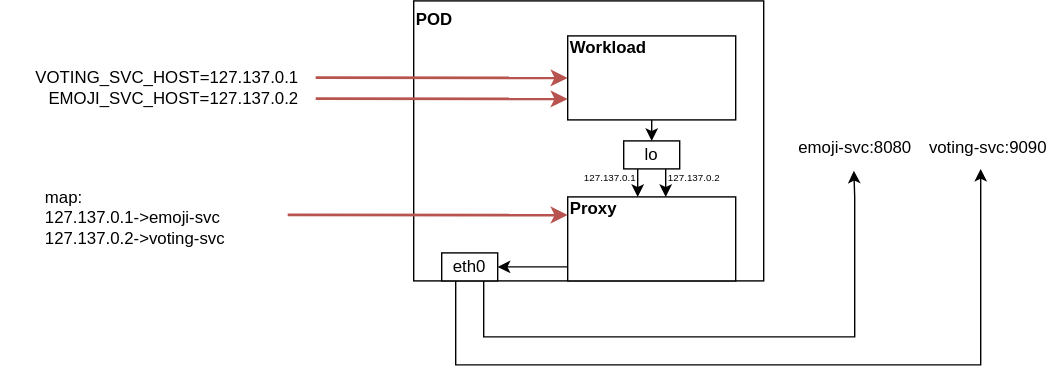
Above: rfc/assets/001-egress.svg in edgelesssys/contrast (draw.io), before the change. Source tidied: cells renumbered, new cells last; positions are measured from the earlier drawing's top-left corner, leaving out a move shared by most shapes.
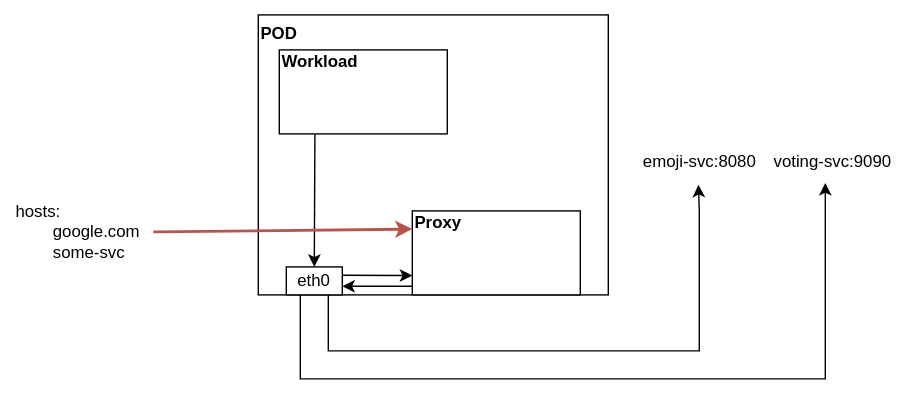
After the commit.

Commit message:
rfc: route service mesh egress over l7

Change to the diagram source:
```diff
@@ -6,7 +6,7 @@
       <mxGeometry x="295" width="250" height="200" as="geometry" />
     </mxCell>
     <mxCell id="3" value="&lt;b&gt;&amp;nbsp;Workload&lt;/b&gt;&lt;div align=&quot;left&quot;&gt;&lt;b&gt;&lt;br&gt;&lt;/b&gt;&lt;/div&gt;&lt;div align=&quot;left&quot;&gt;&lt;b&gt;&lt;br&gt;&lt;/b&gt;&lt;/div&gt;&lt;div align=&quot;left&quot;&gt;&lt;b&gt;&lt;br&gt;&lt;/b&gt;&lt;/div&gt;" style="rounded=0;whiteSpace=wrap;html=1;align=left;" parent="1" vertex="1">
-      <mxGeometry x="405" y="25" width="120" height="60" as="geometry" />
+      <mxGeometry x="310" y="25" width="120" height="60" as="geometry" />
     </mxCell>
     <mxCell id="4" value="emoji-svc:8080" style="text;html=1;align=center;verticalAlign=middle;points=[];strokeColor=none;fillColor=none;" parent="1" vertex="1">
       <mxGeometry x="560" y="90" width="100" height="30" as="geometry" />
@@ -28,15 +28,6 @@
     <mxCell id="7" value="eth0" style="rounded=0;whiteSpace=wrap;html=1;" parent="1" vertex="1">
       <mxGeometry x="315" y="180" width="40" height="20" as="geometry" />
     </mxCell>
-    <mxCell id="8" value="EMOJI_SVC_HOST=127.137.0.2" style="text;html=1;strokeColor=none;fillColor=none;align=right;verticalAlign=middle;whiteSpace=wrap;rounded=0;" parent="1" vertex="1">
-      <mxGeometry x="155" y="55" width="60" height="30" as="geometry" />
-    </mxCell>
-    <mxCell id="9" style="endArrow=classic;html=1;rounded=0;fillColor=#f8cecc;strokeColor=#b85450;strokeWidth=2;" parent="1" edge="1">
-      <mxGeometry relative="1" as="geometry">
-        <mxPoint x="225" y="69.8" as="sourcePoint" />
-        <mxPoint x="405" y="70" as="targetPoint" />
-      </mxGeometry>
-    </mxCell>
     <mxCell id="10" style="endArrow=classic;html=1;rounded=0;edgeStyle=orthogonalEdgeStyle;exitX=0.25;exitY=1;exitDx=0;exitDy=0;" parent="1" edge="1" source="7">
       <mxGeometry relative="1" as="geometry">
         <mxPoint x="700" y="120" as="targetPoint" />
@@ -50,52 +41,28 @@
     <mxCell id="11" value="voting-svc:9090" style="text;html=1;align=center;verticalAlign=middle;strokeColor=none;fillColor=none;" parent="1" vertex="1">
       <mxGeometry x="650" y="90" width="110" height="30" as="geometry" />
     </mxCell>
-    <mxCell id="12" value="&lt;div&gt;&amp;nbsp;&amp;nbsp;&amp;nbsp;&amp;nbsp; VOTING_SVC_HOST=127.137.0.1&lt;/div&gt;" style="text;html=1;strokeColor=none;fillColor=none;align=right;verticalAlign=middle;whiteSpace=wrap;rounded=0;" parent="1" vertex="1">
-      <mxGeometry y="40" width="215" height="30" as="geometry" />
-    </mxCell>
-    <mxCell id="13" style="endArrow=classic;html=1;rounded=0;fillColor=#f8cecc;strokeColor=#b85450;strokeWidth=2;" parent="1" edge="1">
-      <mxGeometry relative="1" as="geometry">
-        <mxPoint x="225" y="54.8" as="sourcePoint" />
-        <mxPoint x="405" y="55" as="targetPoint" />
-      </mxGeometry>
-    </mxCell>
-    <mxCell id="14" value="lo" style="rounded=0;whiteSpace=wrap;html=1;" parent="1" vertex="1">
-      <mxGeometry x="445" y="100" width="40" height="20" as="geometry" />
-    </mxCell>
-    <mxCell id="15" style="endArrow=classic;html=1;rounded=0;exitX=0.5;exitY=1;exitDx=0;exitDy=0;entryX=0.5;entryY=0;entryDx=0;entryDy=0;" parent="1" edge="1" source="3" target="14">
+    <mxCell id="15" style="endArrow=classic;html=1;rounded=0;entryX=0.5;entryY=0;entryDx=0;entryDy=0;exitX=0.212;exitY=1.007;exitDx=0;exitDy=0;exitPerimeter=0;" parent="1" edge="1" source="3" target="7">
       <mxGeometry relative="1" as="geometry" />
     </mxCell>
-    <mxCell id="16" style="endArrow=classic;html=1;rounded=0;exitX=0.5;exitY=1;exitDx=0;exitDy=0;entryX=0.5;entryY=0;entryDx=0;entryDy=0;" parent="1" edge="1">
-      <mxGeometry relative="1" as="geometry">
-        <mxPoint x="455" y="120" as="sourcePoint" />
-        <mxPoint x="455" y="140" as="targetPoint" />
-      </mxGeometry>
-    </mxCell>
-    <mxCell id="17" style="endArrow=classic;html=1;rounded=0;exitX=0.5;exitY=1;exitDx=0;exitDy=0;entryX=0.5;entryY=0;entryDx=0;entryDy=0;" parent="1" edge="1">
-      <mxGeometry relative="1" as="geometry">
-        <mxPoint x="475" y="120" as="sourcePoint" />
-        <mxPoint x="475" y="140" as="targetPoint" />
-      </mxGeometry>
-    </mxCell>
-    <mxCell id="18" value="&lt;font style=&quot;font-size: 7px;&quot;&gt;127.137.0.1&lt;/font&gt;" style="text;html=1;align=center;verticalAlign=middle;strokeColor=none;fillColor=none;" parent="1" vertex="1">
-      <mxGeometry x="405" y="110" width="60" height="30" as="geometry" />
-    </mxCell>
-    <mxCell id="19" value="&lt;font style=&quot;font-size: 7px;&quot;&gt;127.137.0.2&lt;/font&gt;" style="text;html=1;align=center;verticalAlign=middle;strokeColor=none;fillColor=none;" parent="1" vertex="1">
-      <mxGeometry x="465" y="110" width="60" height="30" as="geometry" />
-    </mxCell>
-    <mxCell id="20" value="&lt;div align=&quot;left&quot;&gt;map:&lt;/div&gt;&lt;div align=&quot;left&quot;&gt;127.137.0.1-&amp;gt;emoji-svc&lt;/div&gt;&lt;div align=&quot;left&quot;&gt;127.137.0.2-&amp;gt;voting-svc&lt;/div&gt;" style="text;html=1;strokeColor=none;fillColor=none;align=left;verticalAlign=middle;whiteSpace=wrap;rounded=0;" parent="1" vertex="1">
-      <mxGeometry x="30" y="140" width="175" height="30" as="geometry" />
+    <mxCell id="20" value="&lt;div align=&quot;left&quot;&gt;&amp;nbsp; hosts:&lt;/div&gt;&lt;div align=&quot;left&quot;&gt;&lt;span style=&quot;white-space: pre;&quot;&gt;&#9;&lt;/span&gt;google.com&lt;/div&gt;&lt;div align=&quot;left&quot;&gt;&lt;span style=&quot;white-space: pre;&quot;&gt;&#9;some-svc&lt;/span&gt;&lt;/div&gt;" style="text;html=1;strokeColor=none;fillColor=none;align=left;verticalAlign=middle;whiteSpace=wrap;rounded=0;" parent="1" vertex="1">
+      <mxGeometry x="120" y="140" width="100" height="30" as="geometry" />
     </mxCell>
-    <mxCell id="21" style="endArrow=classic;html=1;rounded=0;fillColor=#f8cecc;strokeColor=#b85450;strokeWidth=2;entryX=0;entryY=0.5;entryDx=0;entryDy=0;" parent="1" edge="1">
+    <mxCell id="21" style="endArrow=classic;html=1;rounded=0;fillColor=#f8cecc;strokeColor=#b85450;strokeWidth=2;entryX=0;entryY=0.5;entryDx=0;entryDy=0;exitX=1;exitY=0.5;exitDx=0;exitDy=0;" parent="1" edge="1" source="20">
       <mxGeometry relative="1" as="geometry">
-        <mxPoint x="205" y="152.8" as="sourcePoint" />
         <mxPoint x="405" y="153" as="targetPoint" />
       </mxGeometry>
     </mxCell>
-    <mxCell id="22" style="endArrow=classic;html=1;rounded=0;entryX=1;entryY=0.5;entryDx=0;entryDy=0;" parent="1" edge="1" target="7">
+    <mxCell id="22" style="endArrow=classic;html=1;rounded=0;entryX=1;entryY=0.5;entryDx=0;entryDy=0;" parent="1" edge="1">
       <mxGeometry relative="1" as="geometry">
-        <mxPoint x="405" y="190" as="sourcePoint" />
+        <mxPoint x="405" y="193.8" as="sourcePoint" />
+        <mxPoint x="355" y="193.8" as="targetPoint" />
       </mxGeometry>
     </mxCell>
+    <mxCell id="23" style="endArrow=classic;html=1;rounded=0;exitX=1;exitY=0;exitDx=0;exitDy=0;" parent="1" edge="1">
+      <mxGeometry relative="1" as="geometry">
+        <mxPoint x="355" y="186" as="sourcePoint" />
+        <mxPoint x="405" y="186.2" as="targetPoint" />
+      </mxGeometry>
+    </mxCell>
   </root>
 </mxGraphModel>
```
